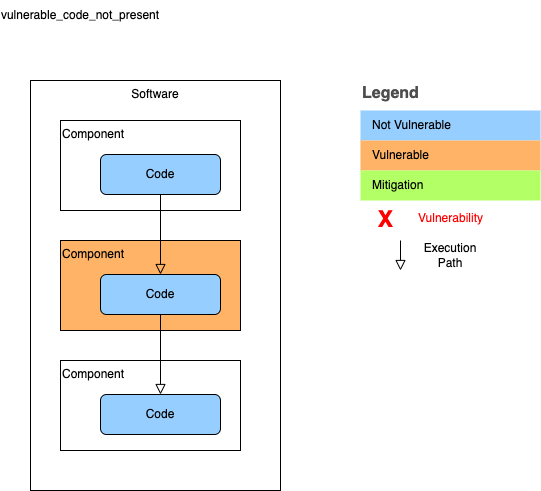
The draw.io diagram 3.4-vulnerable_code_not_present.b.drawio.png in nishakm/VexStatusJustificationDiagrams, before a commit. Source tidied: cells renumbered, new cells last; positions are measured from the earlier drawing's top-left corner, leaving out a move shared by most shapes.
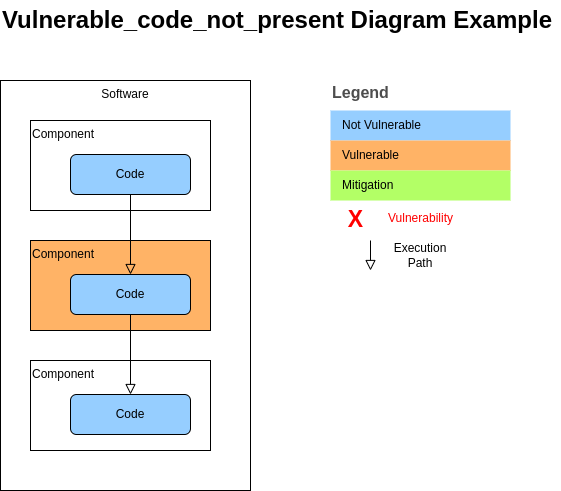
Above is the later version.

What changed in the source:
```diff
@@ -2,9 +2,6 @@
   <root>
     <mxCell id="0" />
     <mxCell id="1" parent="0" />
-    <mxCell id="2" value="vulnerable_code_not_present" style="text;html=1;strokeColor=none;fillColor=none;align=center;verticalAlign=middle;whiteSpace=wrap;rounded=0;" parent="1" vertex="1">
-      <mxGeometry width="160" height="30" as="geometry" />
-    </mxCell>
     <mxCell id="3" value="Software" style="rounded=0;whiteSpace=wrap;html=1;verticalAlign=top;" parent="1" vertex="1">
       <mxGeometry x="30" y="80" width="250" height="410" as="geometry" />
     </mxCell>
@@ -62,5 +59,8 @@
     <mxCell id="20" value="&lt;font style=&quot;font-size: 12px;&quot;&gt;Vulnerability&lt;/font&gt;" style="text;html=1;align=center;verticalAlign=middle;strokeColor=none;fillColor=none;fontSize=23;fontColor=#FF0000;" parent="1" vertex="1">
       <mxGeometry x="410" y="194" width="80" height="40" as="geometry" />
     </mxCell>
+    <mxCell id="21" value="Vulnerable_code_not_present Diagram Example" style="text;strokeColor=none;fillColor=none;html=1;fontSize=24;fontStyle=1;verticalAlign=middle;align=left;" parent="1" vertex="1">
+      <mxGeometry x="30" width="560" height="40" as="geometry" />
+    </mxCell>
   </root>
 </mxGraphModel>
```
